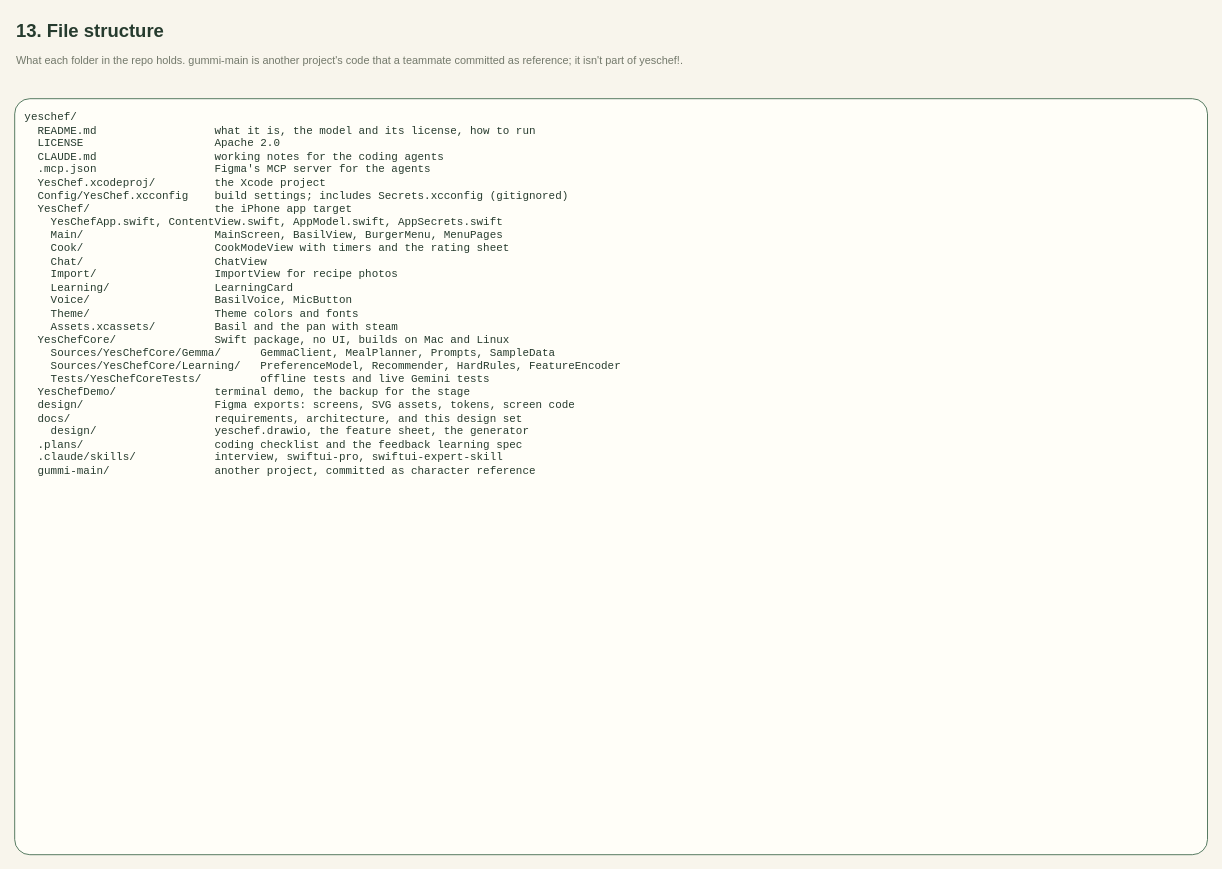
This is page "13 File structure" (13 of 13) of docs/design/yeschef.drawio from spheritual/yeschef, a draw.io file, before an edit. Source tidied: cells renumbered, new cells numbered last; positions are measured from the earlier drawing's top-left corner, leaving out a move shared by most shapes. Both pictures are drawn from the tidied source at 84%, with x=0, y=0 at pixel (14, 14).
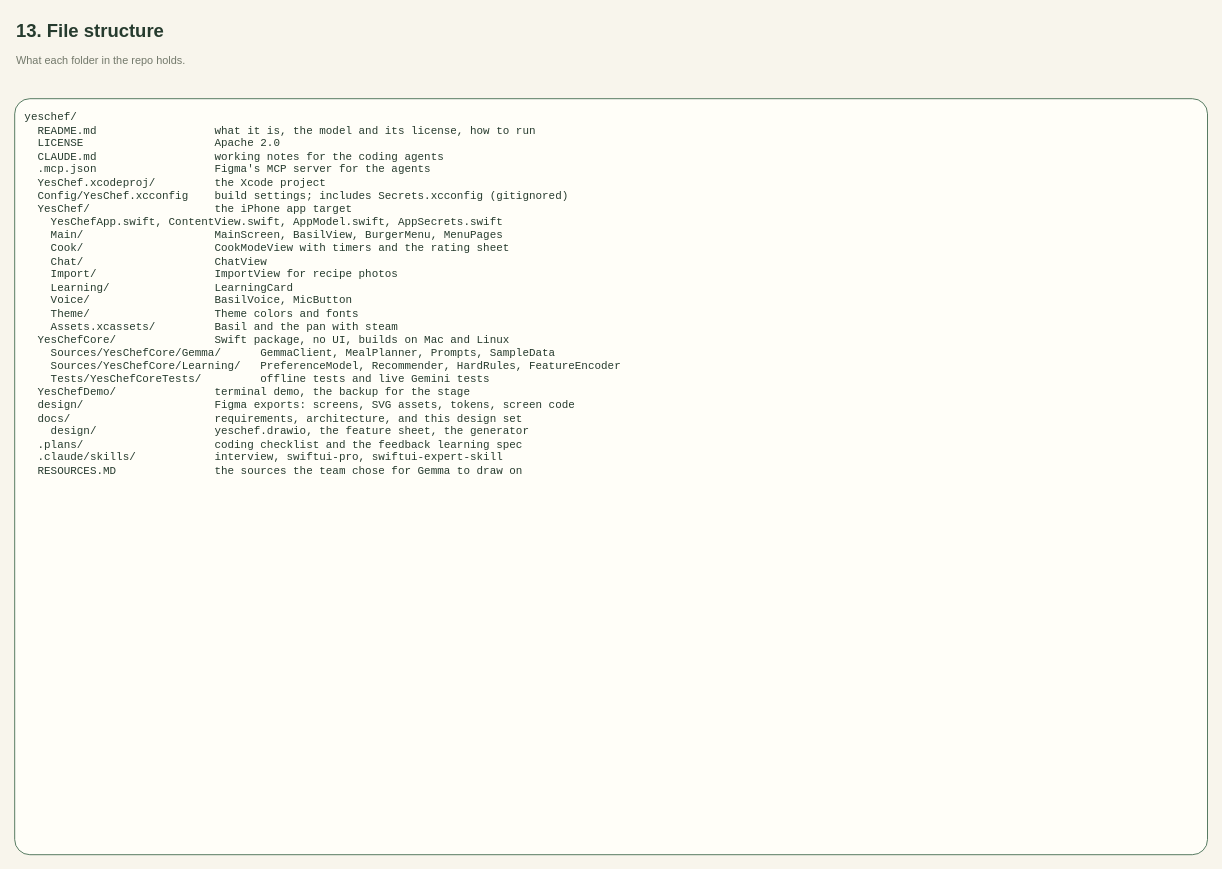
The same diagram, later.

Change to the diagram source:
```diff
@@
 <mxGraphModel background="#F8F5EC">
   <root>
     <mxCell id="0" />
     <mxCell id="1" parent="0" />
     <mxCell id="2" value="13. File structure" style="text;html=1;align=left;verticalAlign=top;fontSize=22;fontStyle=1;fontColor=#263B2E;" parent="1" vertex="1">
       <mxGeometry width="1420" height="36" as="geometry" />
     </mxCell>
-    <mxCell id="3" value="What each folder in the repo holds. gummi-main is another project's code that a teammate committed as reference; it isn't part of yeschef!." style="text;html=1;align=left;verticalAlign=top;whiteSpace=wrap;fontSize=13;fontColor=#73796B;" parent="1" vertex="1">
+    <mxCell id="3" value="What each folder in the repo holds." style="text;html=1;align=left;verticalAlign=top;whiteSpace=wrap;fontSize=13;fontColor=#73796B;" parent="1" vertex="1">
       <mxGeometry y="40" width="1420" height="44" as="geometry" />
     </mxCell>
-    <mxCell id="4" value="yeschef/&lt;br&gt;&amp;nbsp;&amp;nbsp;README.md&amp;nbsp;&amp;nbsp;&amp;nbsp;&amp;nbsp;&amp;nbsp;&amp;nbsp;&amp;nbsp;&amp;nbsp;&amp;nbsp;&amp;nbsp;&amp;nbsp;&amp;nbsp;&amp;nbsp;&amp;nbsp;&amp;nbsp;&amp;nbsp;&amp;nbsp;&amp;nbsp;what it is, the model and its license, how to run&lt;br&gt;&amp;nbsp;&amp;nbsp;LICENSE&amp;nbsp;&amp;nbsp;&amp;nbsp;&amp;nbsp;&amp;nbsp;&amp;nbsp;&amp;nbsp;&amp;nbsp;&amp;nbsp;&amp;nbsp;&amp;nbsp;&amp;nbsp;&amp;nbsp;&amp;nbsp;&amp;nbsp;&amp;nbsp;&amp;nbsp;&amp;nbsp;&amp;nbsp;&amp;nbsp;Apache 2.0&lt;br&gt;&amp;nbsp;&amp;nbsp;CLAUDE.md&amp;nbsp;&amp;nbsp;&amp;nbsp;&amp;nbsp;&amp;nbsp;&amp;nbsp;&amp;nbsp;&amp;nbsp;&amp;nbsp;&amp;nbsp;&amp;nbsp;&amp;nbsp;&amp;nbsp;&amp;nbsp;&amp;nbsp;&amp;nbsp;&amp;nbsp;&amp;nbsp;working notes for the coding agents&lt;br&gt;&amp;nbsp;&amp;nbsp;.mcp.json&amp;nbsp;&amp;nbsp;&amp;nbsp;&amp;nbsp;&amp;nbsp;&amp;nbsp;&amp;nbsp;&amp;nbsp;&amp;nbsp;&amp;nbsp;&amp;nbsp;&amp;nbsp;&amp;nbsp;&amp;nbsp;&amp;nbsp;&amp;nbsp;&amp;nbsp;&amp;nbsp;Figma&amp;#x27;s MCP server for the agents&lt;br&gt;&amp;nbsp;&amp;nbsp;YesChef.xcodeproj/&amp;nbsp;&amp;nbsp;&amp;nbsp;&amp;nbsp;&amp;nbsp;&amp;nbsp;&amp;nbsp;&amp;nbsp; the Xcode project&lt;br&gt;&amp;nbsp;&amp;nbsp;Config/YesChef.xcconfig&amp;nbsp;&amp;nbsp;&amp;nbsp;&amp;nbsp;build settings; includes Secrets.xcconfig (gitignored)&lt;br&gt;&amp;nbsp;&amp;nbsp;YesChef/&amp;nbsp;&amp;nbsp;&amp;nbsp;&amp;nbsp;&amp;nbsp;&amp;nbsp;&amp;nbsp;&amp;nbsp;&amp;nbsp;&amp;nbsp;&amp;nbsp;&amp;nbsp;&amp;nbsp;&amp;nbsp;&amp;nbsp;&amp;nbsp;&amp;nbsp;&amp;nbsp; the iPhone app target&lt;br&gt;&amp;nbsp;&amp;nbsp;&amp;nbsp;&amp;nbsp;YesChefApp.swift, ContentView.swift, AppModel.swift, AppSecrets.swift&lt;br&gt;&amp;nbsp;&amp;nbsp;&amp;nbsp;&amp;nbsp;Main/&amp;nbsp;&amp;nbsp;&amp;nbsp;&amp;nbsp;&amp;nbsp;&amp;nbsp;&amp;nbsp;&amp;nbsp;&amp;nbsp;&amp;nbsp;&amp;nbsp;&amp;nbsp;&amp;nbsp;&amp;nbsp;&amp;nbsp;&amp;nbsp;&amp;nbsp;&amp;nbsp;&amp;nbsp;&amp;nbsp;MainScreen, BasilView, BurgerMenu, MenuPages&lt;br&gt;&amp;nbsp;&amp;nbsp;&amp;nbsp;&amp;nbsp;Cook/&amp;nbsp;&amp;nbsp;&amp;nbsp;&amp;nbsp;&amp;nbsp;&amp;nbsp;&amp;nbsp;&amp;nbsp;&amp;nbsp;&amp;nbsp;&amp;nbsp;&amp;nbsp;&amp;nbsp;&amp;nbsp;&amp;nbsp;&amp;nbsp;&amp;nbsp;&amp;nbsp;&amp;nbsp;&amp;nbsp;CookModeView with timers and the rating sheet&lt;br&gt;&amp;nbsp;&amp;nbsp;&amp;nbsp;&amp;nbsp;Chat/&amp;nbsp;&amp;nbsp;&amp;nbsp;&amp;nbsp;&amp;nbsp;&amp;nbsp;&amp;nbsp;&amp;nbsp;&amp;nbsp;&amp;nbsp;&amp;nbsp;&amp;nbsp;&amp;nbsp;&amp;nbsp;&amp;nbsp;&amp;nbsp;&amp;nbsp;&amp;nbsp;&amp;nbsp;&amp;nbsp;ChatView&lt;br&gt;&amp;nbsp;&amp;nbsp;&amp;nbsp;&amp;nbsp;Import/&amp;nbsp;&amp;nbsp;&amp;nbsp;&amp;nbsp;&amp;nbsp;&amp;nbsp;&amp;nbsp;&amp;nbsp;&amp;nbsp;&amp;nbsp;&amp;nbsp;&amp;nbsp;&amp;nbsp;&amp;nbsp;&amp;nbsp;&amp;nbsp;&amp;nbsp;&amp;nbsp;ImportView for recipe photos&lt;br&gt;&amp;nbsp;&amp;nbsp;&amp;nbsp;&amp;nbsp;Learning/&amp;nbsp;&amp;nbsp;&amp;nbsp;&amp;nbsp;&amp;nbsp;&amp;nbsp;&amp;nbsp;&amp;nbsp;&amp;nbsp;&amp;nbsp;&amp;nbsp;&amp;nbsp;&amp;nbsp;&amp;nbsp;&amp;nbsp;&amp;nbsp;LearningCard&lt;br&gt;&amp;nbsp;&amp;nbsp;&amp;nbsp;&amp;nbsp;Voice/&amp;nbsp;&amp;nbsp;&amp;nbsp;&amp;nbsp;&amp;nbsp;&amp;nbsp;&amp;nbsp;&amp;nbsp;&amp;nbsp;&amp;nbsp;&amp;nbsp;&amp;nbsp;&amp;nbsp;&amp;nbsp;&amp;nbsp;&amp;nbsp;&amp;nbsp;&amp;nbsp; BasilVoice, MicButton&lt;br&gt;&amp;nbsp;&amp;nbsp;&amp;nbsp;&amp;nbsp;Theme/&amp;nbsp;&amp;nbsp;&amp;nbsp;&amp;nbsp;&amp;nbsp;&amp;nbsp;&amp;nbsp;&amp;nbsp;&amp;nbsp;&amp;nbsp;&amp;nbsp;&amp;nbsp;&amp;nbsp;&amp;nbsp;&amp;nbsp;&amp;nbsp;&amp;nbsp;&amp;nbsp; Theme colors and fonts&lt;br&gt;&amp;nbsp;&amp;nbsp;&amp;nbsp;&amp;nbsp;Assets.xcassets/&amp;nbsp;&amp;nbsp;&amp;nbsp;&amp;nbsp;&amp;nbsp;&amp;nbsp;&amp;nbsp;&amp;nbsp; Basil and the pan with steam&lt;br&gt;&amp;nbsp;&amp;nbsp;YesChefCore/&amp;nbsp;&amp;nbsp;&amp;nbsp;&amp;nbsp;&amp;nbsp;&amp;nbsp;&amp;nbsp;&amp;nbsp;&amp;nbsp;&amp;nbsp;&amp;nbsp;&amp;nbsp;&amp;nbsp;&amp;nbsp; Swift package, no UI, builds on Mac and Linux&lt;br&gt;&amp;nbsp;&amp;nbsp;&amp;nbsp;&amp;nbsp;Sources/YesChefCore/Gemma/&amp;nbsp;&amp;nbsp;&amp;nbsp;&amp;nbsp;&amp;nbsp;&amp;nbsp;GemmaClient, MealPlanner, Prompts, SampleData&lt;br&gt;&amp;nbsp;&amp;nbsp;&amp;nbsp;&amp;nbsp;Sources/YesChefCore/Learning/&amp;nbsp;&amp;nbsp; PreferenceModel, Recommender, HardRules, FeatureEncoder&lt;br&gt;&amp;nbsp;&amp;nbsp;&amp;nbsp;&amp;nbsp;Tests/YesChefCoreTests/&amp;nbsp;&amp;nbsp;&amp;nbsp;&amp;nbsp;&amp;nbsp;&amp;nbsp;&amp;nbsp;&amp;nbsp; offline tests and live Gemini tests&lt;br&gt;&amp;nbsp;&amp;nbsp;YesChefDemo/&amp;nbsp;&amp;nbsp;&amp;nbsp;&amp;nbsp;&amp;nbsp;&amp;nbsp;&amp;nbsp;&amp;nbsp;&amp;nbsp;&amp;nbsp;&amp;nbsp;&amp;nbsp;&amp;nbsp;&amp;nbsp; terminal demo, the backup for the stage&lt;br&gt;&amp;nbsp;&amp;nbsp;design/&amp;nbsp;&amp;nbsp;&amp;nbsp;&amp;nbsp;&amp;nbsp;&amp;nbsp;&amp;nbsp;&amp;nbsp;&amp;nbsp;&amp;nbsp;&amp;nbsp;&amp;nbsp;&amp;nbsp;&amp;nbsp;&amp;nbsp;&amp;nbsp;&amp;nbsp;&amp;nbsp;&amp;nbsp;&amp;nbsp;Figma exports: screens, SVG assets, tokens, screen code&lt;br&gt;&amp;nbsp;&amp;nbsp;docs/&amp;nbsp;&amp;nbsp;&amp;nbsp;&amp;nbsp;&amp;nbsp;&amp;nbsp;&amp;nbsp;&amp;nbsp;&amp;nbsp;&amp;nbsp;&amp;nbsp;&amp;nbsp;&amp;nbsp;&amp;nbsp;&amp;nbsp;&amp;nbsp;&amp;nbsp;&amp;nbsp;&amp;nbsp;&amp;nbsp;&amp;nbsp;&amp;nbsp;requirements, architecture, and this design set&lt;br&gt;&amp;nbsp;&amp;nbsp;&amp;nbsp;&amp;nbsp;design/&amp;nbsp;&amp;nbsp;&amp;nbsp;&amp;nbsp;&amp;nbsp;&amp;nbsp;&amp;nbsp;&amp;nbsp;&amp;nbsp;&amp;nbsp;&amp;nbsp;&amp;nbsp;&amp;nbsp;&amp;nbsp;&amp;nbsp;&amp;nbsp;&amp;nbsp;&amp;nbsp;yeschef.drawio, the feature sheet, the generator&lt;br&gt;&amp;nbsp;&amp;nbsp;.plans/&amp;nbsp;&amp;nbsp;&amp;nbsp;&amp;nbsp;&amp;nbsp;&amp;nbsp;&amp;nbsp;&amp;nbsp;&amp;nbsp;&amp;nbsp;&amp;nbsp;&amp;nbsp;&amp;nbsp;&amp;nbsp;&amp;nbsp;&amp;nbsp;&amp;nbsp;&amp;nbsp;&amp;nbsp;&amp;nbsp;coding checklist and the feedback learning spec&lt;br&gt;&amp;nbsp;&amp;nbsp;.claude/skills/&amp;nbsp;&amp;nbsp;&amp;nbsp;&amp;nbsp;&amp;nbsp;&amp;nbsp;&amp;nbsp;&amp;nbsp;&amp;nbsp;&amp;nbsp;&amp;nbsp;&amp;nbsp;interview, swiftui-pro, swiftui-expert-skill&lt;br&gt;&amp;nbsp;&amp;nbsp;gummi-main/&amp;nbsp;&amp;nbsp;&amp;nbsp;&amp;nbsp;&amp;nbsp;&amp;nbsp;&amp;nbsp;&amp;nbsp;&amp;nbsp;&amp;nbsp;&amp;nbsp;&amp;nbsp;&amp;nbsp;&amp;nbsp;&amp;nbsp;&amp;nbsp;another project, committed as character reference" style="text;html=1;align=left;verticalAlign=top;whiteSpace=nowrap;fontFamily=Courier New;fontSize=13;fontColor=#263B2E;spacingLeft=10;spacingTop=8;fillColor=#FFFEF8;strokeColor=#386347;rounded=1;arcSize=2;" parent="1" vertex="1">
+    <mxCell id="4" value="yeschef/&lt;br&gt;&amp;nbsp;&amp;nbsp;README.md&amp;nbsp;&amp;nbsp;&amp;nbsp;&amp;nbsp;&amp;nbsp;&amp;nbsp;&amp;nbsp;&amp;nbsp;&amp;nbsp;&amp;nbsp;&amp;nbsp;&amp;nbsp;&amp;nbsp;&amp;nbsp;&amp;nbsp;&amp;nbsp;&amp;nbsp;&amp;nbsp;what it is, the model and its license, how to run&lt;br&gt;&amp;nbsp;&amp;nbsp;LICENSE&amp;nbsp;&amp;nbsp;&amp;nbsp;&amp;nbsp;&amp;nbsp;&amp;nbsp;&amp;nbsp;&amp;nbsp;&amp;nbsp;&amp;nbsp;&amp;nbsp;&amp;nbsp;&amp;nbsp;&amp;nbsp;&amp;nbsp;&amp;nbsp;&amp;nbsp;&amp;nbsp;&amp;nbsp;&amp;nbsp;Apache 2.0&lt;br&gt;&amp;nbsp;&amp;nbsp;CLAUDE.md&amp;nbsp;&amp;nbsp;&amp;nbsp;&amp;nbsp;&amp;nbsp;&amp;nbsp;&amp;nbsp;&amp;nbsp;&amp;nbsp;&amp;nbsp;&amp;nbsp;&amp;nbsp;&amp;nbsp;&amp;nbsp;&amp;nbsp;&amp;nbsp;&amp;nbsp;&amp;nbsp;working notes for the coding agents&lt;br&gt;&amp;nbsp;&amp;nbsp;.mcp.json&amp;nbsp;&amp;nbsp;&amp;nbsp;&amp;nbsp;&amp;nbsp;&amp;nbsp;&amp;nbsp;&amp;nbsp;&amp;nbsp;&amp;nbsp;&amp;nbsp;&amp;nbsp;&amp;nbsp;&amp;nbsp;&amp;nbsp;&amp;nbsp;&amp;nbsp;&amp;nbsp;Figma&amp;#x27;s MCP server for the agents&lt;br&gt;&amp;nbsp;&amp;nbsp;YesChef.xcodeproj/&amp;nbsp;&amp;nbsp;&amp;nbsp;&amp;nbsp;&amp;nbsp;&amp;nbsp;&amp;nbsp;&amp;nbsp; the Xcode project&lt;br&gt;&amp;nbsp;&amp;nbsp;Config/YesChef.xcconfig&amp;nbsp;&amp;nbsp;&amp;nbsp;&amp;nbsp;build settings; includes Secrets.xcconfig (gitignored)&lt;br&gt;&amp;nbsp;&amp;nbsp;YesChef/&amp;nbsp;&amp;nbsp;&amp;nbsp;&amp;nbsp;&amp;nbsp;&amp;nbsp;&amp;nbsp;&amp;nbsp;&amp;nbsp;&amp;nbsp;&amp;nbsp;&amp;nbsp;&amp;nbsp;&amp;nbsp;&amp;nbsp;&amp;nbsp;&amp;nbsp;&amp;nbsp; the iPhone app target&lt;br&gt;&amp;nbsp;&amp;nbsp;&amp;nbsp;&amp;nbsp;YesChefApp.swift, ContentView.swift, AppModel.swift, AppSecrets.swift&lt;br&gt;&amp;nbsp;&amp;nbsp;&amp;nbsp;&amp;nbsp;Main/&amp;nbsp;&amp;nbsp;&amp;nbsp;&amp;nbsp;&amp;nbsp;&amp;nbsp;&amp;nbsp;&amp;nbsp;&amp;nbsp;&amp;nbsp;&amp;nbsp;&amp;nbsp;&amp;nbsp;&amp;nbsp;&amp;nbsp;&amp;nbsp;&amp;nbsp;&amp;nbsp;&amp;nbsp;&amp;nbsp;MainScreen, BasilView, BurgerMenu, MenuPages&lt;br&gt;&amp;nbsp;&amp;nbsp;&amp;nbsp;&amp;nbsp;Cook/&amp;nbsp;&amp;nbsp;&amp;nbsp;&amp;nbsp;&amp;nbsp;&amp;nbsp;&amp;nbsp;&amp;nbsp;&amp;nbsp;&amp;nbsp;&amp;nbsp;&amp;nbsp;&amp;nbsp;&amp;nbsp;&amp;nbsp;&amp;nbsp;&amp;nbsp;&amp;nbsp;&amp;nbsp;&amp;nbsp;CookModeView with timers and the rating sheet&lt;br&gt;&amp;nbsp;&amp;nbsp;&amp;nbsp;&amp;nbsp;Chat/&amp;nbsp;&amp;nbsp;&amp;nbsp;&amp;nbsp;&amp;nbsp;&amp;nbsp;&amp;nbsp;&amp;nbsp;&amp;nbsp;&amp;nbsp;&amp;nbsp;&amp;nbsp;&amp;nbsp;&amp;nbsp;&amp;nbsp;&amp;nbsp;&amp;nbsp;&amp;nbsp;&amp;nbsp;&amp;nbsp;ChatView&lt;br&gt;&amp;nbsp;&amp;nbsp;&amp;nbsp;&amp;nbsp;Import/&amp;nbsp;&amp;nbsp;&amp;nbsp;&amp;nbsp;&amp;nbsp;&amp;nbsp;&amp;nbsp;&amp;nbsp;&amp;nbsp;&amp;nbsp;&amp;nbsp;&amp;nbsp;&amp;nbsp;&amp;nbsp;&amp;nbsp;&amp;nbsp;&amp;nbsp;&amp;nbsp;ImportView for recipe photos&lt;br&gt;&amp;nbsp;&amp;nbsp;&amp;nbsp;&amp;nbsp;Learning/&amp;nbsp;&amp;nbsp;&amp;nbsp;&amp;nbsp;&amp;nbsp;&amp;nbsp;&amp;nbsp;&amp;nbsp;&amp;nbsp;&amp;nbsp;&amp;nbsp;&amp;nbsp;&amp;nbsp;&amp;nbsp;&amp;nbsp;&amp;nbsp;LearningCard&lt;br&gt;&amp;nbsp;&amp;nbsp;&amp;nbsp;&amp;nbsp;Voice/&amp;nbsp;&amp;nbsp;&amp;nbsp;&amp;nbsp;&amp;nbsp;&amp;nbsp;&amp;nbsp;&amp;nbsp;&amp;nbsp;&amp;nbsp;&amp;nbsp;&amp;nbsp;&amp;nbsp;&amp;nbsp;&amp;nbsp;&amp;nbsp;&amp;nbsp;&amp;nbsp; BasilVoice, MicButton&lt;br&gt;&amp;nbsp;&amp;nbsp;&amp;nbsp;&amp;nbsp;Theme/&amp;nbsp;&amp;nbsp;&amp;nbsp;&amp;nbsp;&amp;nbsp;&amp;nbsp;&amp;nbsp;&amp;nbsp;&amp;nbsp;&amp;nbsp;&amp;nbsp;&amp;nbsp;&amp;nbsp;&amp;nbsp;&amp;nbsp;&amp;nbsp;&amp;nbsp;&amp;nbsp; Theme colors and fonts&lt;br&gt;&amp;nbsp;&amp;nbsp;&amp;nbsp;&amp;nbsp;Assets.xcassets/&amp;nbsp;&amp;nbsp;&amp;nbsp;&amp;nbsp;&amp;nbsp;&amp;nbsp;&amp;nbsp;&amp;nbsp; Basil and the pan with steam&lt;br&gt;&amp;nbsp;&amp;nbsp;YesChefCore/&amp;nbsp;&amp;nbsp;&amp;nbsp;&amp;nbsp;&amp;nbsp;&amp;nbsp;&amp;nbsp;&amp;nbsp;&amp;nbsp;&amp;nbsp;&amp;nbsp;&amp;nbsp;&amp;nbsp;&amp;nbsp; Swift package, no UI, builds on Mac and Linux&lt;br&gt;&amp;nbsp;&amp;nbsp;&amp;nbsp;&amp;nbsp;Sources/YesChefCore/Gemma/&amp;nbsp;&amp;nbsp;&amp;nbsp;&amp;nbsp;&amp;nbsp;&amp;nbsp;GemmaClient, MealPlanner, Prompts, SampleData&lt;br&gt;&amp;nbsp;&amp;nbsp;&amp;nbsp;&amp;nbsp;Sources/YesChefCore/Learning/&amp;nbsp;&amp;nbsp; PreferenceModel, Recommender, HardRules, FeatureEncoder&lt;br&gt;&amp;nbsp;&amp;nbsp;&amp;nbsp;&amp;nbsp;Tests/YesChefCoreTests/&amp;nbsp;&amp;nbsp;&amp;nbsp;&amp;nbsp;&amp;nbsp;&amp;nbsp;&amp;nbsp;&amp;nbsp; offline tests and live Gemini tests&lt;br&gt;&amp;nbsp;&amp;nbsp;YesChefDemo/&amp;nbsp;&amp;nbsp;&amp;nbsp;&amp;nbsp;&amp;nbsp;&amp;nbsp;&amp;nbsp;&amp;nbsp;&amp;nbsp;&amp;nbsp;&amp;nbsp;&amp;nbsp;&amp;nbsp;&amp;nbsp; terminal demo, the backup for the stage&lt;br&gt;&amp;nbsp;&amp;nbsp;design/&amp;nbsp;&amp;nbsp;&amp;nbsp;&amp;nbsp;&amp;nbsp;&amp;nbsp;&amp;nbsp;&amp;nbsp;&amp;nbsp;&amp;nbsp;&amp;nbsp;&amp;nbsp;&amp;nbsp;&amp;nbsp;&amp;nbsp;&amp;nbsp;&amp;nbsp;&amp;nbsp;&amp;nbsp;&amp;nbsp;Figma exports: screens, SVG assets, tokens, screen code&lt;br&gt;&amp;nbsp;&amp;nbsp;docs/&amp;nbsp;&amp;nbsp;&amp;nbsp;&amp;nbsp;&amp;nbsp;&amp;nbsp;&amp;nbsp;&amp;nbsp;&amp;nbsp;&amp;nbsp;&amp;nbsp;&amp;nbsp;&amp;nbsp;&amp;nbsp;&amp;nbsp;&amp;nbsp;&amp;nbsp;&amp;nbsp;&amp;nbsp;&amp;nbsp;&amp;nbsp;&amp;nbsp;requirements, architecture, and this design set&lt;br&gt;&amp;nbsp;&amp;nbsp;&amp;nbsp;&amp;nbsp;design/&amp;nbsp;&amp;nbsp;&amp;nbsp;&amp;nbsp;&amp;nbsp;&amp;nbsp;&amp;nbsp;&amp;nbsp;&amp;nbsp;&amp;nbsp;&amp;nbsp;&amp;nbsp;&amp;nbsp;&amp;nbsp;&amp;nbsp;&amp;nbsp;&amp;nbsp;&amp;nbsp;yeschef.drawio, the feature sheet, the generator&lt;br&gt;&amp;nbsp;&amp;nbsp;.plans/&amp;nbsp;&amp;nbsp;&amp;nbsp;&amp;nbsp;&amp;nbsp;&amp;nbsp;&amp;nbsp;&amp;nbsp;&amp;nbsp;&amp;nbsp;&amp;nbsp;&amp;nbsp;&amp;nbsp;&amp;nbsp;&amp;nbsp;&amp;nbsp;&amp;nbsp;&amp;nbsp;&amp;nbsp;&amp;nbsp;coding checklist and the feedback learning spec&lt;br&gt;&amp;nbsp;&amp;nbsp;.claude/skills/&amp;nbsp;&amp;nbsp;&amp;nbsp;&amp;nbsp;&amp;nbsp;&amp;nbsp;&amp;nbsp;&amp;nbsp;&amp;nbsp;&amp;nbsp;&amp;nbsp;&amp;nbsp;interview, swiftui-pro, swiftui-expert-skill&lt;br&gt;&amp;nbsp;&amp;nbsp;RESOURCES.MD&amp;nbsp;&amp;nbsp;&amp;nbsp;&amp;nbsp;&amp;nbsp;&amp;nbsp;&amp;nbsp;&amp;nbsp;&amp;nbsp;&amp;nbsp;&amp;nbsp;&amp;nbsp;&amp;nbsp;&amp;nbsp; the sources the team chose for Gemma to draw on" style="text;html=1;align=left;verticalAlign=top;whiteSpace=nowrap;fontFamily=Courier New;fontSize=13;fontColor=#263B2E;spacingLeft=10;spacingTop=8;fillColor=#FFFEF8;strokeColor=#386347;rounded=1;arcSize=2;" parent="1" vertex="1">
       <mxGeometry y="100" width="1420" height="900" as="geometry" />
     </mxCell>
   </root>
 </mxGraphModel>
```
